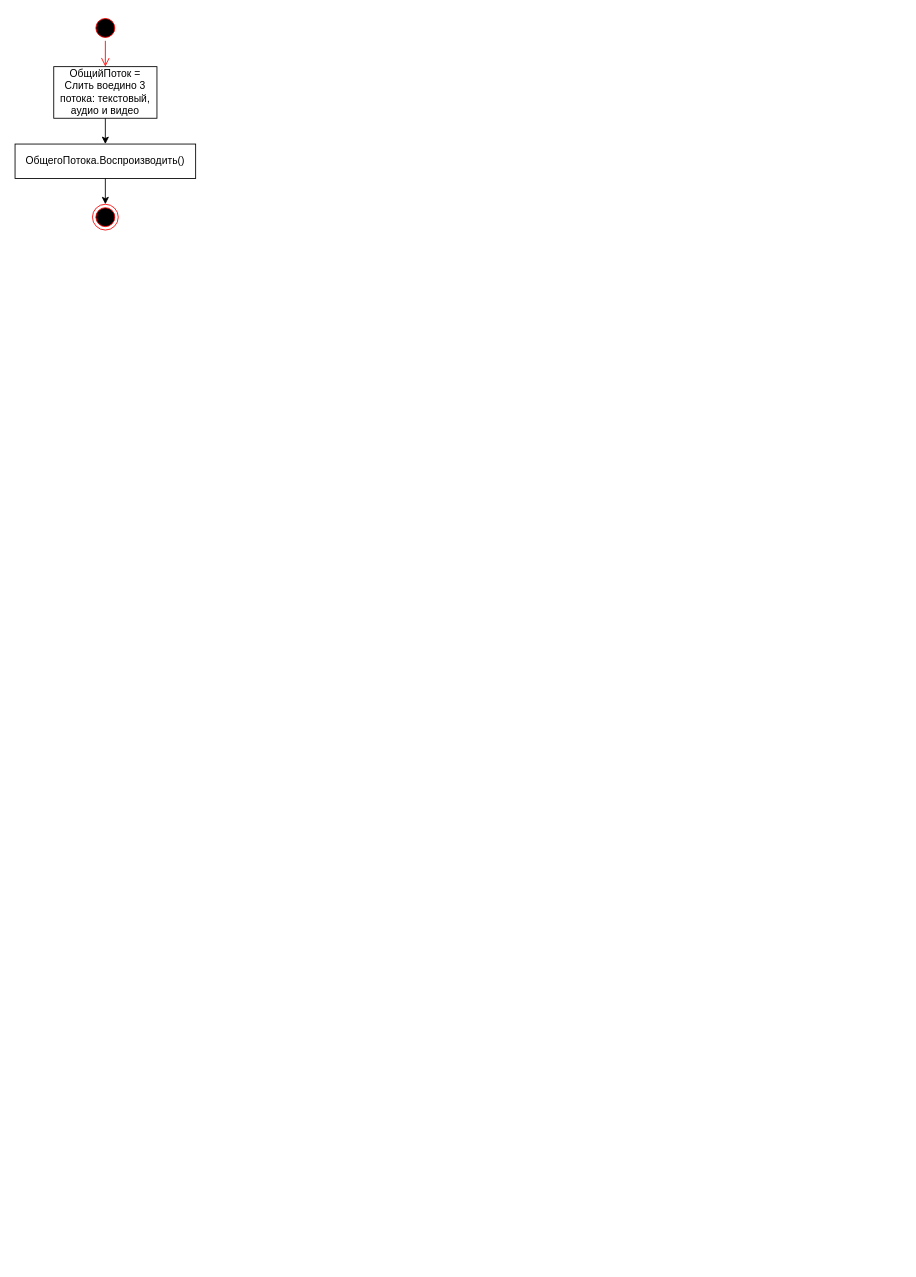
Earlier version of the draw.io diagram ТОАУ/ЛР2/8.drawio (eldarian-1/pstu). Source tidied: cells renumbered, new cells numbered last; positions are measured from the earlier drawing's top-left corner, leaving out a move shared by most shapes. Both pictures are drawn from the tidied source at 86%, with x=0, y=0 at pixel (15, 15).
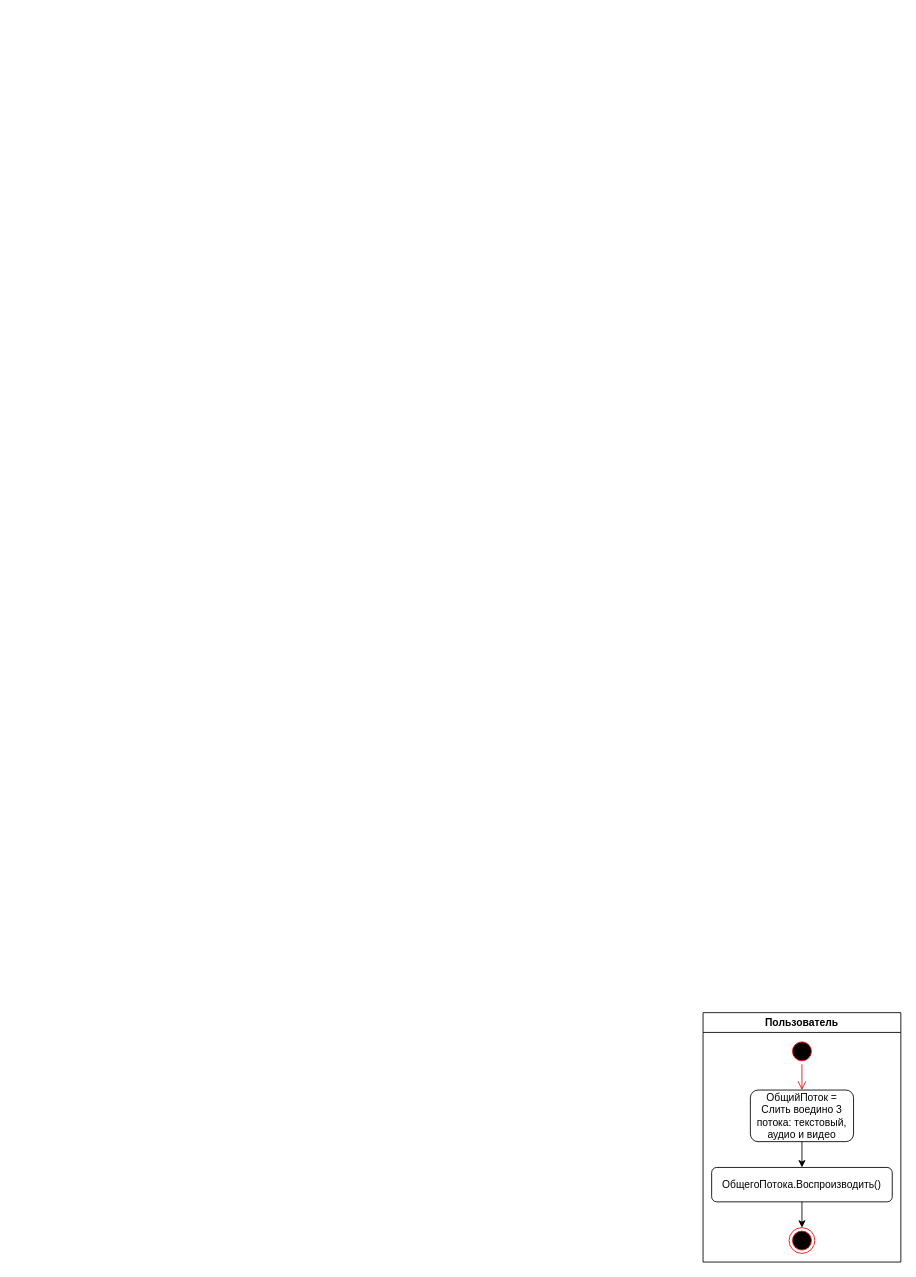
The same diagram, later.

Change to the diagram source:
```diff
@@
 <mxGraphModel>
   <root>
     <mxCell id="0" />
     <mxCell id="1" parent="0" />
-    <mxCell id="2" style="ellipse;html=1;shape=startState;fillColor=#000000;strokeColor=#ff0000;" parent="1" vertex="1">
-      <mxGeometry x="90" width="30" height="30" as="geometry" />
-    </mxCell>
-    <mxCell id="3" style="edgeStyle=orthogonalEdgeStyle;html=1;verticalAlign=bottom;endArrow=open;endSize=8;strokeColor=#ff0000;rounded=0;" parent="1" edge="1" source="2" target="4">
-      <mxGeometry relative="1" as="geometry" />
-    </mxCell>
+    <mxCell id="9" value="Пользователь" style="swimlane;" parent="1" vertex="1">
+      <mxGeometry x="800" y="1160" width="230" height="290" as="geometry" />
+    </mxCell>
+    <mxCell id="10" style="ellipse;html=1;shape=startState;fillColor=#000000;strokeColor=#ff0000;" parent="9" vertex="1">
+      <mxGeometry x="100" y="30" width="30" height="30" as="geometry" />
+    </mxCell>
+    <mxCell id="11" style="edgeStyle=orthogonalEdgeStyle;html=1;verticalAlign=bottom;endArrow=open;endSize=8;strokeColor=#ff0000;rounded=0;" parent="9" edge="1" source="10" target="4">
+      <mxGeometry relative="1" as="geometry" />
+    </mxCell>
-    <mxCell id="4" value="ОбщийПоток = Слить воедино 3 потока: текстовый, аудио и видео" style="rounded=0;whiteSpace=wrap;html=1;" parent="1" vertex="1">
-      <mxGeometry x="45" y="60" width="120" height="60" as="geometry" />
+    <mxCell id="4" value="ОбщийПоток = Слить воедино 3 потока: текстовый, аудио и видео" style="rounded=1;whiteSpace=wrap;html=1;" parent="9" vertex="1">
+      <mxGeometry x="55" y="90" width="120" height="60" as="geometry" />
     </mxCell>
-    <mxCell id="5" value="ОбщегоПотока.Воспроизводить()" style="rounded=0;whiteSpace=wrap;html=1;" parent="1" vertex="1">
-      <mxGeometry y="150" width="210" height="40" as="geometry" />
+    <mxCell id="5" value="ОбщегоПотока.Воспроизводить()" style="rounded=1;whiteSpace=wrap;html=1;" parent="9" vertex="1">
+      <mxGeometry x="10" y="180" width="210" height="40" as="geometry" />
     </mxCell>
-    <mxCell id="6" style="endArrow=classic;html=1;rounded=0;" parent="1" edge="1" source="4" target="5">
+    <mxCell id="6" style="endArrow=classic;html=1;rounded=0;" parent="9" edge="1" source="4" target="5">
       <mxGeometry relative="1" as="geometry" />
     </mxCell>
-    <mxCell id="7" style="ellipse;html=1;shape=endState;fillColor=#000000;strokeColor=#ff0000;" parent="1" vertex="1">
-      <mxGeometry x="90" y="220" width="30" height="30" as="geometry" />
-    </mxCell>
-    <mxCell id="8" style="endArrow=classic;html=1;rounded=0;" parent="1" edge="1" source="5" target="7">
-      <mxGeometry relative="1" as="geometry" />
-    </mxCell>
+    <mxCell id="12" style="ellipse;html=1;shape=endState;fillColor=#000000;strokeColor=#ff0000;" parent="9" vertex="1">
+      <mxGeometry x="100" y="250" width="30" height="30" as="geometry" />
+    </mxCell>
+    <mxCell id="13" style="endArrow=classic;html=1;rounded=0;" parent="9" edge="1" source="5" target="12">
+      <mxGeometry relative="1" as="geometry" />
+    </mxCell>
   </root>
 </mxGraphModel>
```
